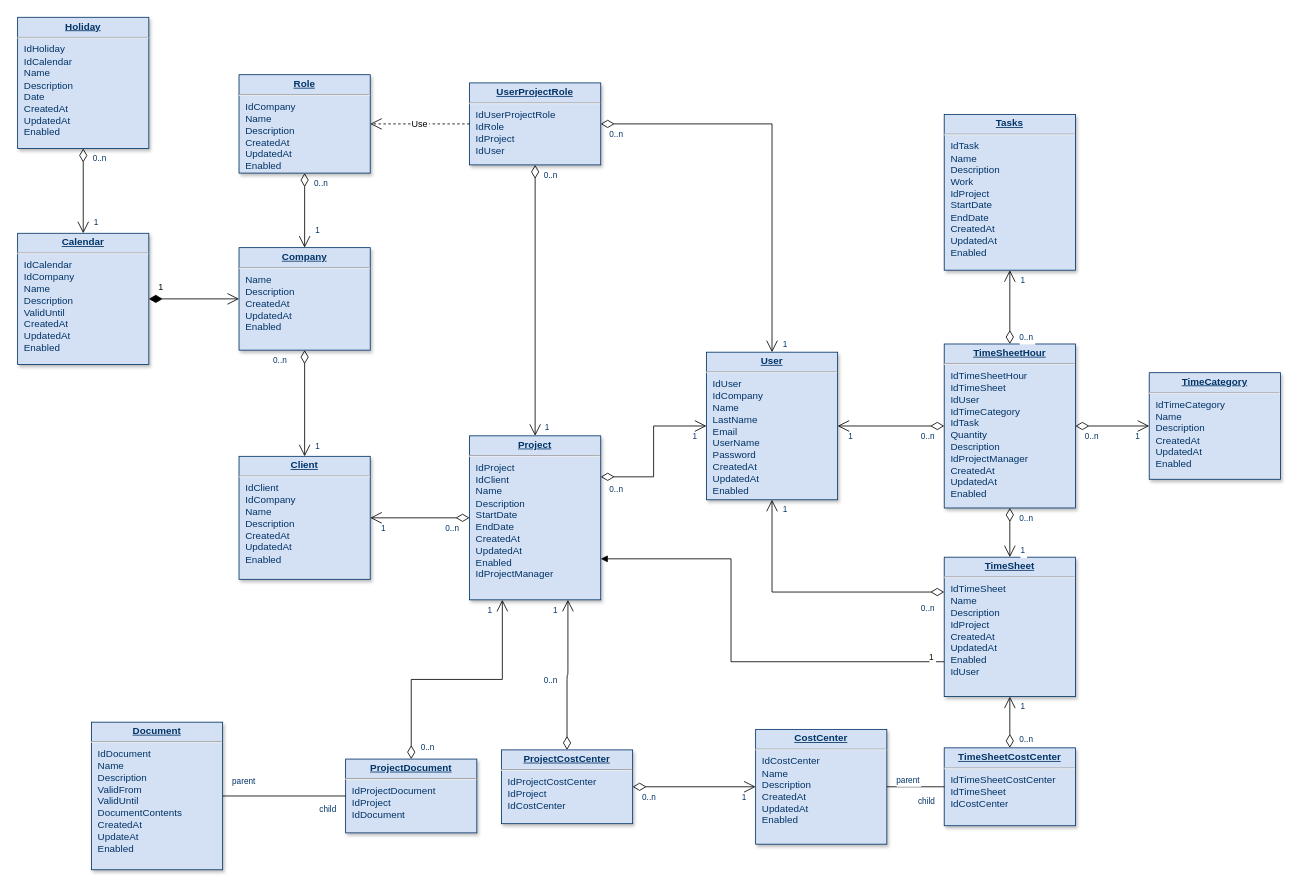
This is Диаграмма без названия.drawio from hikehikehike/transfer_service, a draw.io file, before an edit. Source tidied: cells renumbered, new cells numbered last; positions are measured from the earlier drawing's top-left corner, leaving out a move shared by most shapes. Both pictures are drawn from the tidied source at 82%, with x=0, y=0 at pixel (17, 17).
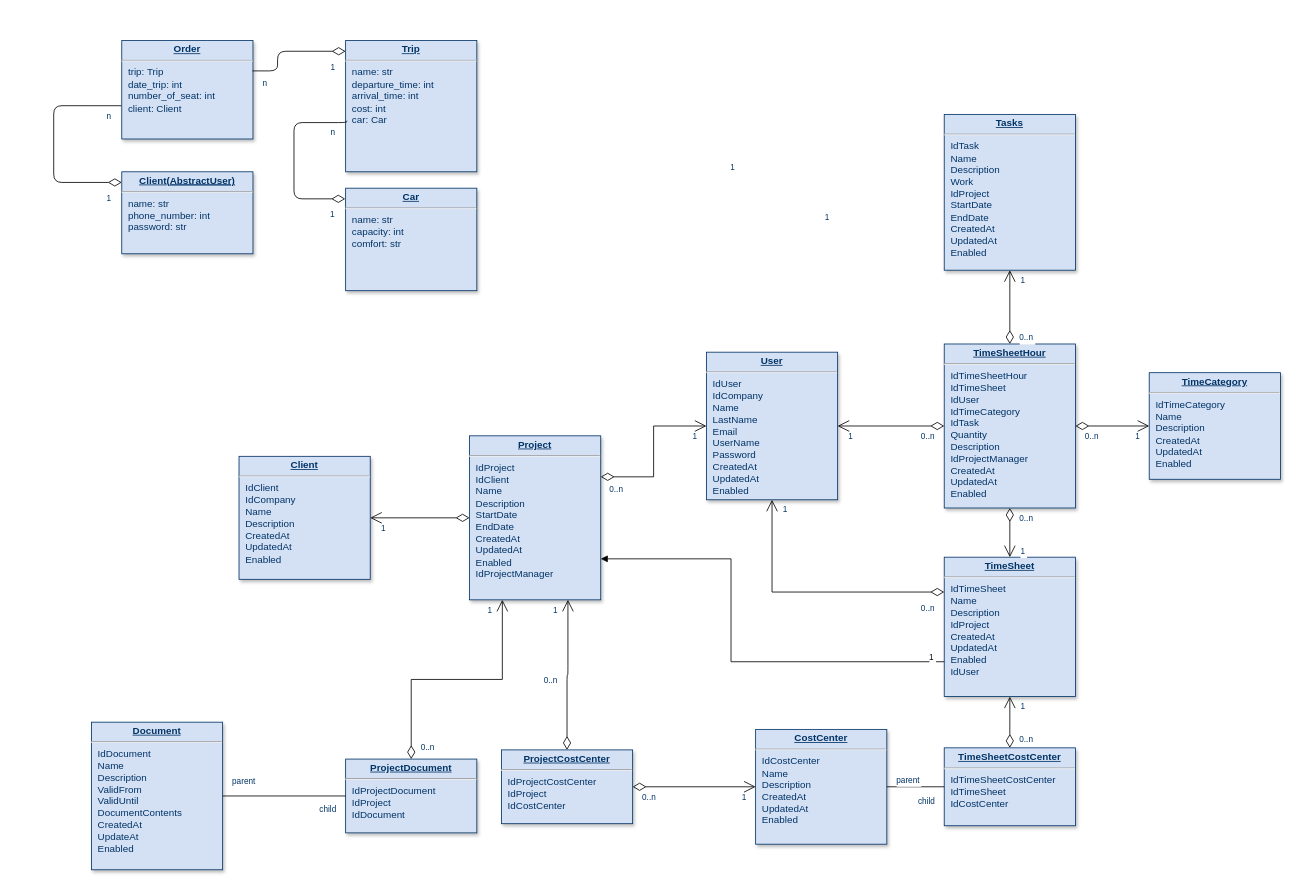
The same page after the edit.

Unchanged cells that the change refers to:
```xml
<mxCell id="5" value="&lt;p style=&quot;margin: 0px; margin-top: 4px; text-align: center; text-decoration: underline;&quot;&gt;&lt;strong&gt;User&lt;/strong&gt;&lt;/p&gt;&lt;hr /&gt;&lt;p style=&quot;margin: 0px; margin-left: 8px;&quot;&gt;IdUser&lt;/p&gt;&lt;p style=&quot;margin: 0px; margin-left: 8px;&quot;&gt;IdCompany&lt;/p&gt;&lt;p style=&quot;margin: 0px; margin-left: 8px;&quot;&gt;Name&lt;/p&gt;&lt;p style=&quot;margin: 0px; margin-left: 8px;&quot;&gt;LastName&lt;/p&gt;&lt;p style=&quot;margin: 0px; margin-left: 8px;&quot;&gt;Email&lt;/p&gt;&lt;p style=&quot;margin: 0px; margin-left: 8px;&quot;&gt;UserName&lt;/p&gt;&lt;p style=&quot;margin: 0px; margin-left: 8px;&quot;&gt;Password&lt;/p&gt;&lt;p style=&quot;margin: 0px; margin-left: 8px;&quot;&gt;CreatedAt&lt;/p&gt;&lt;p style=&quot;margin: 0px; margin-left: 8px;&quot;&gt;UpdatedAt&lt;/p&gt;&lt;p style=&quot;margin: 0px; margin-left: 8px;&quot;&gt;Enabled&lt;/p&gt;" style="verticalAlign=top;align=left;overflow=fill;fontSize=12;fontFamily=Helvetica;html=1;strokeColor=#003366;shadow=1;fillColor=#D4E1F5;fontColor=#003366;" parent="1" vertex="1">
  <mxGeometry x="840" y="408" width="160" height="180" as="geometry" />
</mxCell>
<mxCell id="7" value="&lt;p style=&quot;margin: 0px; margin-top: 4px; text-align: center; text-decoration: underline;&quot;&gt;&lt;strong&gt;Client&lt;/strong&gt;&lt;/p&gt;&lt;hr /&gt;&lt;p style=&quot;margin: 0px; margin-left: 8px;&quot;&gt;IdClient&lt;/p&gt;&lt;p style=&quot;margin: 0px; margin-left: 8px;&quot;&gt;IdCompany&lt;/p&gt;&lt;p style=&quot;margin: 0px; margin-left: 8px;&quot;&gt;Name&lt;/p&gt;&lt;p style=&quot;margin: 0px; margin-left: 8px;&quot;&gt;Description&lt;/p&gt;&lt;p style=&quot;margin: 0px; margin-left: 8px;&quot;&gt;CreatedAt&lt;/p&gt;&lt;p style=&quot;margin: 0px; margin-left: 8px;&quot;&gt;UpdatedAt&lt;/p&gt;&lt;p style=&quot;margin: 0px; margin-left: 8px;&quot;&gt;Enabled&lt;/p&gt;" style="verticalAlign=top;align=left;overflow=fill;fontSize=12;fontFamily=Helvetica;html=1;strokeColor=#003366;shadow=1;fillColor=#D4E1F5;fontColor=#003366;" parent="1" vertex="1">
  <mxGeometry x="270" y="535" width="160" height="150" as="geometry" />
</mxCell>
<mxCell id="12" value="&lt;p style=&quot;margin: 0px; margin-top: 4px; text-align: center; text-decoration: underline;&quot;&gt;&lt;strong&gt;Project&lt;/strong&gt;&lt;/p&gt;&lt;hr /&gt;&lt;p style=&quot;margin: 0px; margin-left: 8px;&quot;&gt;IdProject&lt;/p&gt;&lt;p style=&quot;margin: 0px; margin-left: 8px;&quot;&gt;IdClient&lt;/p&gt;&lt;p style=&quot;margin: 0px; margin-left: 8px;&quot;&gt;Name&lt;/p&gt;&lt;p style=&quot;margin: 0px; margin-left: 8px;&quot;&gt;Description&lt;/p&gt;&lt;p style=&quot;margin: 0px; margin-left: 8px;&quot;&gt;StartDate&lt;/p&gt;&lt;p style=&quot;margin: 0px; margin-left: 8px;&quot;&gt;EndDate&lt;/p&gt;&lt;p style=&quot;margin: 0px; margin-left: 8px;&quot;&gt;CreatedAt&lt;/p&gt;&lt;p style=&quot;margin: 0px; margin-left: 8px;&quot;&gt;UpdatedAt&lt;/p&gt;&lt;p style=&quot;margin: 0px; margin-left: 8px;&quot;&gt;Enabled&lt;br /&gt;IdProjectManager&lt;/p&gt;" style="verticalAlign=top;align=left;overflow=fill;fontSize=12;fontFamily=Helvetica;html=1;strokeColor=#003366;shadow=1;fillColor=#D4E1F5;fontColor=#003366;" parent="1" vertex="1">
  <mxGeometry x="551.1" y="510" width="160" height="200" as="geometry" />
</mxCell>
<mxCell id="64" style="endArrow=open;endSize=12;startArrow=diamondThin;startSize=14;startFill=0;edgeStyle=orthogonalEdgeStyle;" parent="1" edge="1" source="12" target="7">
  <mxGeometry x="369.4" y="360" as="geometry" />
</mxCell>
```

Change to the diagram source:
```diff
@@
-    <mxCell id="2" value="&lt;p style=&quot;margin: 0px; margin-top: 4px; text-align: center; text-decoration: underline;&quot;&gt;&lt;strong&gt;Role&lt;/strong&gt;&lt;/p&gt;&lt;hr /&gt;&lt;p style=&quot;margin: 0px; margin-left: 8px;&quot;&gt;IdCompany&lt;br /&gt;Name&lt;/p&gt;&lt;p style=&quot;margin: 0px; margin-left: 8px;&quot;&gt;Description&lt;/p&gt;&lt;p style=&quot;margin: 0px; margin-left: 8px;&quot;&gt;CreatedAt&lt;/p&gt;&lt;p style=&quot;margin: 0px; margin-left: 8px;&quot;&gt;UpdatedAt&lt;/p&gt;&lt;p style=&quot;margin: 0px; margin-left: 8px;&quot;&gt;Enabled&lt;/p&gt;" style="verticalAlign=top;align=left;overflow=fill;fontSize=12;fontFamily=Helvetica;html=1;strokeColor=#003366;shadow=1;fillColor=#D4E1F5;fontColor=#003366;" parent="1" vertex="1">
-      <mxGeometry x="270" y="69.6" width="160" height="120" as="geometry" />
+    <mxCell id="2" value="&lt;p style=&quot;margin: 0px; margin-top: 4px; text-align: center; text-decoration: underline;&quot;&gt;&lt;b&gt;Order&lt;/b&gt;&lt;/p&gt;&lt;hr&gt;&lt;p style=&quot;margin: 0px; margin-left: 8px;&quot;&gt;trip: Trip&lt;/p&gt;&lt;p style=&quot;margin: 0px; margin-left: 8px;&quot;&gt;date_trip: int&lt;/p&gt;&lt;p style=&quot;margin: 0px; margin-left: 8px;&quot;&gt;number_of_seat: int&lt;/p&gt;&lt;p style=&quot;margin: 0px; margin-left: 8px;&quot;&gt;client: Client&lt;/p&gt;" style="verticalAlign=top;align=left;overflow=fill;fontSize=12;fontFamily=Helvetica;html=1;strokeColor=#003366;shadow=1;fillColor=#D4E1F5;fontColor=#003366;" parent="1" vertex="1">
+      <mxGeometry x="127" y="28" width="160" height="120" as="geometry" />
     </mxCell>
-    <mxCell id="3" value="&lt;p style=&quot;margin: 0px; margin-top: 4px; text-align: center; text-decoration: underline;&quot;&gt;&lt;strong&gt;Company&lt;/strong&gt;&lt;/p&gt;&lt;hr /&gt;&lt;p style=&quot;margin: 0px; margin-left: 8px;&quot;&gt;Name&lt;/p&gt;&lt;p style=&quot;margin: 0px; margin-left: 8px;&quot;&gt;Description&lt;/p&gt;&lt;p style=&quot;margin: 0px; margin-left: 8px;&quot;&gt;CreatedAt&lt;/p&gt;&lt;p style=&quot;margin: 0px; margin-left: 8px;&quot;&gt;UpdatedAt&lt;/p&gt;&lt;p style=&quot;margin: 0px; margin-left: 8px;&quot;&gt;Enabled&lt;/p&gt;" style="verticalAlign=top;align=left;overflow=fill;fontSize=12;fontFamily=Helvetica;html=1;strokeColor=#003366;shadow=1;fillColor=#D4E1F5;fontColor=#003366;" parent="1" vertex="1">
-      <mxGeometry x="270" y="280.5" width="160" height="125" as="geometry" />
+    <mxCell id="3" value="&lt;p style=&quot;margin: 0px; margin-top: 4px; text-align: center; text-decoration: underline;&quot;&gt;&lt;b&gt;Car&lt;/b&gt;&lt;/p&gt;&lt;hr&gt;&lt;p style=&quot;margin: 0px; margin-left: 8px;&quot;&gt;name: str&lt;/p&gt;&lt;p style=&quot;margin: 0px; margin-left: 8px;&quot;&gt;capacity: int&lt;/p&gt;&lt;p style=&quot;margin: 0px; margin-left: 8px;&quot;&gt;comfort: str&lt;/p&gt;" style="verticalAlign=top;align=left;overflow=fill;fontSize=12;fontFamily=Helvetica;html=1;strokeColor=#003366;shadow=1;fillColor=#D4E1F5;fontColor=#003366;" parent="1" vertex="1">
+      <mxGeometry x="400" y="208" width="160" height="125" as="geometry" />
     </mxCell>
-    <mxCell id="4" value="&lt;p style=&quot;margin: 0px; margin-top: 4px; text-align: center; text-decoration: underline;&quot;&gt;&lt;strong&gt;Calendar&lt;/strong&gt;&lt;/p&gt;&lt;hr /&gt;&lt;p style=&quot;margin: 0px; margin-left: 8px;&quot;&gt;IdCalendar&lt;/p&gt;&lt;p style=&quot;margin: 0px; margin-left: 8px;&quot;&gt;IdCompany&lt;/p&gt;&lt;p style=&quot;margin: 0px; margin-left: 8px;&quot;&gt;Name&lt;/p&gt;&lt;p style=&quot;margin: 0px; margin-left: 8px;&quot;&gt;Description&lt;/p&gt;&lt;p style=&quot;margin: 0px; margin-left: 8px;&quot;&gt;ValidUntil&lt;/p&gt;&lt;p style=&quot;margin: 0px; margin-left: 8px;&quot;&gt;CreatedAt&lt;/p&gt;&lt;p style=&quot;margin: 0px; margin-left: 8px;&quot;&gt;UpdatedAt&lt;/p&gt;&lt;p style=&quot;margin: 0px; margin-left: 8px;&quot;&gt;Enabled&lt;/p&gt;" style="verticalAlign=top;align=left;overflow=fill;fontSize=12;fontFamily=Helvetica;html=1;strokeColor=#003366;shadow=1;fillColor=#D4E1F5;fontColor=#003366;" parent="1" vertex="1">
-      <mxGeometry y="263" width="160" height="160" as="geometry" />
+    <mxCell id="4" value="&lt;p style=&quot;margin: 0px; margin-top: 4px; text-align: center; text-decoration: underline;&quot;&gt;&lt;b&gt;Trip&lt;/b&gt;&lt;/p&gt;&lt;hr&gt;&lt;p style=&quot;margin: 0px; margin-left: 8px;&quot;&gt;name: str&lt;/p&gt;&lt;p style=&quot;margin: 0px; margin-left: 8px;&quot;&gt;departure_time: int&lt;/p&gt;&lt;p style=&quot;margin: 0px; margin-left: 8px;&quot;&gt;arrival_time: int&lt;/p&gt;&lt;p style=&quot;margin: 0px; margin-left: 8px;&quot;&gt;cost: int&lt;/p&gt;&lt;p style=&quot;margin: 0px; margin-left: 8px;&quot;&gt;car: Car&lt;/p&gt;" style="verticalAlign=top;align=left;overflow=fill;fontSize=12;fontFamily=Helvetica;html=1;strokeColor=#003366;shadow=1;fillColor=#D4E1F5;fontColor=#003366;" parent="1" vertex="1">
+      <mxGeometry x="400" y="28" width="160" height="160" as="geometry" />
     </mxCell>
@@
-    <mxCell id="6" value="&lt;p style=&quot;margin: 0px; margin-top: 4px; text-align: center; text-decoration: underline;&quot;&gt;&lt;strong&gt;UserProjectRole&lt;/strong&gt;&lt;/p&gt;&lt;hr /&gt;&lt;p style=&quot;margin: 0px; margin-left: 8px;&quot;&gt;IdUserProjectRole&lt;/p&gt;&lt;p style=&quot;margin: 0px; margin-left: 8px;&quot;&gt;IdRole&lt;/p&gt;&lt;p style=&quot;margin: 0px; margin-left: 8px;&quot;&gt;IdProject&lt;/p&gt;&lt;p style=&quot;margin: 0px; margin-left: 8px;&quot;&gt;IdUser&lt;/p&gt;" style="verticalAlign=top;align=left;overflow=fill;fontSize=12;fontFamily=Helvetica;html=1;strokeColor=#003366;shadow=1;fillColor=#D4E1F5;fontColor=#003366;" parent="1" vertex="1">
-      <mxGeometry x="551.1" y="79.6" width="160" height="100" as="geometry" />
+    <mxCell id="6" value="&lt;p style=&quot;margin: 0px; margin-top: 4px; text-align: center; text-decoration: underline;&quot;&gt;&lt;strong&gt;Client(&lt;/strong&gt;&lt;b style=&quot;background-color: initial;&quot;&gt;&lt;u&gt;AbstractUser)&lt;/u&gt;&lt;/b&gt;&lt;br&gt;&lt;/p&gt;&lt;hr&gt;&lt;p style=&quot;margin: 0px 0px 0px 8px;&quot;&gt;name: str&lt;/p&gt;&lt;p style=&quot;margin: 0px 0px 0px 8px;&quot;&gt;phone_number: int&lt;/p&gt;&lt;p style=&quot;margin: 0px 0px 0px 8px;&quot;&gt;password: str&lt;/p&gt;" style="verticalAlign=top;align=left;overflow=fill;fontSize=12;fontFamily=Helvetica;html=1;strokeColor=#003366;shadow=1;fillColor=#D4E1F5;fontColor=#003366;" parent="1" vertex="1">
+      <mxGeometry x="127" y="188" width="160" height="100" as="geometry" />
     </mxCell>
@@
-    <mxCell id="8" value="&lt;p style=&quot;margin: 0px; margin-top: 4px; text-align: center; text-decoration: underline;&quot;&gt;&lt;strong&gt;Holiday&lt;/strong&gt;&lt;/p&gt;&lt;hr /&gt;&lt;p style=&quot;margin: 0px; margin-left: 8px;&quot;&gt;IdHoliday&lt;/p&gt;&lt;p style=&quot;margin: 0px; margin-left: 8px;&quot;&gt;IdCalendar&lt;/p&gt;&lt;p style=&quot;margin: 0px; margin-left: 8px;&quot;&gt;Name&lt;/p&gt;&lt;p style=&quot;margin: 0px; margin-left: 8px;&quot;&gt;Description&lt;/p&gt;&lt;p style=&quot;margin: 0px; margin-left: 8px;&quot;&gt;Date&lt;/p&gt;&lt;p style=&quot;margin: 0px; margin-left: 8px;&quot;&gt;CreatedAt&lt;/p&gt;&lt;p style=&quot;margin: 0px; margin-left: 8px;&quot;&gt;UpdatedAt&lt;/p&gt;&lt;p style=&quot;margin: 0px; margin-left: 8px;&quot;&gt;Enabled&lt;/p&gt;" style="verticalAlign=top;align=left;overflow=fill;fontSize=12;fontFamily=Helvetica;html=1;strokeColor=#003366;shadow=1;fillColor=#D4E1F5;fontColor=#003366;" parent="1" vertex="1">
-      <mxGeometry y="-0.4" width="160" height="160" as="geometry" />
-    </mxCell>
@@
-    <mxCell id="19" style="endArrow=open;endSize=12;startArrow=diamondThin;startSize=14;startFill=0;edgeStyle=orthogonalEdgeStyle;" parent="1" edge="1" source="2" target="3">
-      <mxGeometry y="160" as="geometry" />
+    <mxCell id="19" style="endArrow=none;endSize=12;startArrow=diamondThin;startSize=14;startFill=0;edgeStyle=orthogonalEdgeStyle;endFill=0;entryX=0.996;entryY=0.308;entryDx=0;entryDy=0;entryPerimeter=0;" parent="1" edge="1" source="4" target="2">
+      <mxGeometry x="107" y="160" as="geometry">
+        <Array as="points">
+          <mxPoint x="317" y="41" />
+          <mxPoint x="317" y="65" />
+        </Array>
+      </mxGeometry>
     </mxCell>
-    <mxCell id="20" value="0..n" style="align=left;verticalAlign=top;labelBackgroundColor=#ffffff;fontSize=10;strokeColor=#003366;shadow=1;fillColor=#D4E1F5;fontColor=#003366;" parent="19" vertex="1">
+    <mxCell id="20" value="1" style="align=left;verticalAlign=top;labelBackgroundColor=#ffffff;fontSize=10;strokeColor=#003366;shadow=1;fillColor=#D4E1F5;fontColor=#003366;" parent="19" vertex="1">
       <mxGeometry x="-1" relative="1" as="geometry">
-        <mxPoint x="10" as="offset" />
+        <mxPoint x="-20" y="7" as="offset" />
       </mxGeometry>
     </mxCell>
@@
-    <mxCell id="22" style="endArrow=open;endSize=12;startArrow=diamondThin;startSize=14;startFill=0;edgeStyle=orthogonalEdgeStyle;rounded=0;" parent="1" edge="1" source="6" target="5">
-      <mxGeometry x="519.4" y="180" as="geometry" />
-    </mxCell>
-    <mxCell id="23" value="0..n" style="align=left;verticalAlign=top;labelBackgroundColor=#ffffff;fontSize=10;strokeColor=#003366;shadow=1;fillColor=#D4E1F5;fontColor=#003366;" parent="22" vertex="1">
-      <mxGeometry x="-1" relative="1" as="geometry">
-        <mxPoint x="8.9" as="offset" />
-      </mxGeometry>
-    </mxCell>
-    <mxCell id="24" value="1" style="align=right;verticalAlign=top;labelBackgroundColor=#ffffff;fontSize=10;strokeColor=#003366;shadow=1;fillColor=#D4E1F5;fontColor=#003366;" parent="22" vertex="1">
-      <mxGeometry x="1" relative="1" as="geometry">
-        <mxPoint x="-550" y="-160" as="offset" />
-      </mxGeometry>
-    </mxCell>
@@
-    <mxCell id="28" style="endArrow=open;endSize=12;startArrow=diamondThin;startSize=14;startFill=0;edgeStyle=orthogonalEdgeStyle;" parent="1" edge="1" source="6" target="12">
-      <mxGeometry x="389.4" y="350" as="geometry" />
-    </mxCell>
-    <mxCell id="29" value="0..n" style="align=left;verticalAlign=top;labelBackgroundColor=#ffffff;fontSize=10;strokeColor=#003366;shadow=1;fillColor=#D4E1F5;fontColor=#003366;" parent="28" vertex="1">
-      <mxGeometry x="-1" relative="1" as="geometry">
-        <mxPoint x="8.9" as="offset" />
-      </mxGeometry>
-    </mxCell>
-    <mxCell id="30" value="1" style="align=right;verticalAlign=top;labelBackgroundColor=#ffffff;fontSize=10;strokeColor=#003366;shadow=1;fillColor=#D4E1F5;fontColor=#003366;" parent="28" vertex="1">
-      <mxGeometry x="1" relative="1" as="geometry">
-        <mxPoint x="18.9" y="-22" as="offset" />
-      </mxGeometry>
-    </mxCell>
@@
-    <mxCell id="58" style="endArrow=open;endSize=12;startArrow=diamondThin;startSize=14;startFill=0;edgeStyle=orthogonalEdgeStyle;" parent="1" edge="1" source="3" target="7">
-      <mxGeometry x="519.4" y="200" as="geometry" />
-    </mxCell>
-    <mxCell id="59" value="0..n" style="align=left;verticalAlign=top;labelBackgroundColor=#ffffff;fontSize=10;strokeColor=#003366;shadow=1;fillColor=#D4E1F5;fontColor=#003366;" parent="58" vertex="1">
-      <mxGeometry x="-1" relative="1" as="geometry">
-        <mxPoint x="-40" as="offset" />
-      </mxGeometry>
-    </mxCell>
-    <mxCell id="60" value="1" style="align=right;verticalAlign=top;labelBackgroundColor=#ffffff;fontSize=10;strokeColor=#003366;shadow=1;fillColor=#D4E1F5;fontColor=#003366;" parent="58" vertex="1">
-      <mxGeometry x="1" relative="1" as="geometry">
-        <mxPoint x="20" y="-25" as="offset" />
-      </mxGeometry>
-    </mxCell>
-    <mxCell id="61" style="endArrow=open;endSize=12;startArrow=diamondThin;startSize=14;startFill=0;edgeStyle=orthogonalEdgeStyle;" parent="1" edge="1" source="8" target="4">
-      <mxGeometry x="620" y="340" as="geometry" />
-    </mxCell>
-    <mxCell id="62" value="0..n" style="align=left;verticalAlign=top;labelBackgroundColor=#ffffff;fontSize=10;strokeColor=#003366;shadow=1;fillColor=#D4E1F5;fontColor=#003366;" parent="61" vertex="1">
-      <mxGeometry x="-1" relative="1" as="geometry">
-        <mxPoint x="10" as="offset" />
-      </mxGeometry>
-    </mxCell>
-    <mxCell id="63" value="1" style="align=right;verticalAlign=top;labelBackgroundColor=#ffffff;fontSize=10;strokeColor=#003366;shadow=1;fillColor=#D4E1F5;fontColor=#003366;" parent="61" vertex="1">
-      <mxGeometry x="1" relative="1" as="geometry">
-        <mxPoint x="20" y="-25" as="offset" />
-      </mxGeometry>
-    </mxCell>
@@
-    <mxCell id="65" value="0..n" style="align=left;verticalAlign=top;labelBackgroundColor=#ffffff;fontSize=10;strokeColor=#003366;shadow=1;fillColor=#D4E1F5;fontColor=#003366;" parent="64" vertex="1">
+    <mxCell id="65" value="n" style="align=left;verticalAlign=top;labelBackgroundColor=#ffffff;fontSize=10;strokeColor=#003366;shadow=1;fillColor=#D4E1F5;fontColor=#003366;" parent="64" vertex="1">
       <mxGeometry x="-1" relative="1" as="geometry">
-        <mxPoint x="-31.1" as="offset" />
+        <mxPoint x="-254" y="-542" as="offset" />
       </mxGeometry>
     </mxCell>
@@
-    <mxCell id="67" value="Use" style="endArrow=open;endSize=12;dashed=1;" parent="1" edge="1" source="6" target="2">
-      <mxGeometry x="430" y="50" as="geometry" />
-    </mxCell>
-    <mxCell id="68" value="1" style="endArrow=open;endSize=12;startArrow=diamondThin;startSize=14;startFill=1;edgeStyle=orthogonalEdgeStyle;align=left;verticalAlign=bottom;" parent="1" edge="1" source="4" target="3">
-      <mxGeometry x="-0.82" y="5" relative="1" as="geometry" />
-    </mxCell>
@@
+    <mxCell id="67" style="endArrow=none;endSize=12;startArrow=diamondThin;startSize=14;startFill=0;edgeStyle=orthogonalEdgeStyle;endFill=0;entryX=-0.003;entryY=0.662;entryDx=0;entryDy=0;entryPerimeter=0;" parent="1" edge="1" source="6" target="2">
+      <mxGeometry x="-166" y="320" as="geometry">
+        <Array as="points">
+          <mxPoint x="44" y="201" />
+          <mxPoint x="44" y="107" />
+          <mxPoint x="127" y="107" />
+        </Array>
+      </mxGeometry>
+    </mxCell>
+    <mxCell id="77" value="1" style="align=left;verticalAlign=top;labelBackgroundColor=#ffffff;fontSize=10;strokeColor=#003366;shadow=1;fillColor=#D4E1F5;fontColor=#003366;" parent="67" vertex="1">
+      <mxGeometry x="-1" relative="1" as="geometry">
+        <mxPoint x="-20" y="7" as="offset" />
+      </mxGeometry>
+    </mxCell>
+    <mxCell id="78" value="n" style="align=left;verticalAlign=top;labelBackgroundColor=#ffffff;fontSize=10;strokeColor=#003366;shadow=1;fillColor=#D4E1F5;fontColor=#003366;" parent="1" vertex="1">
+      <mxGeometry x="107" y="108" as="geometry" />
+    </mxCell>
+    <mxCell id="79" style="endArrow=none;endSize=12;startArrow=diamondThin;startSize=14;startFill=0;edgeStyle=orthogonalEdgeStyle;endFill=0;exitX=-0.003;exitY=0.104;exitDx=0;exitDy=0;exitPerimeter=0;entryX=0.009;entryY=0.611;entryDx=0;entryDy=0;entryPerimeter=0;" parent="1" edge="1" source="3" target="4">
+      <mxGeometry x="237.6" y="233" as="geometry">
+        <Array as="points">
+          <mxPoint x="337" y="221" />
+          <mxPoint x="337" y="128" />
+          <mxPoint x="401" y="128" />
+        </Array>
+      </mxGeometry>
+    </mxCell>
+    <mxCell id="80" value="1" style="align=left;verticalAlign=top;labelBackgroundColor=#ffffff;fontSize=10;strokeColor=#003366;shadow=1;fillColor=#D4E1F5;fontColor=#003366;" parent="79" vertex="1">
+      <mxGeometry x="-1" relative="1" as="geometry">
+        <mxPoint x="-20" y="7" as="offset" />
+      </mxGeometry>
+    </mxCell>
+    <mxCell id="81" value="1" style="align=right;verticalAlign=top;labelBackgroundColor=#ffffff;fontSize=10;strokeColor=#003366;shadow=1;fillColor=#D4E1F5;fontColor=#003366;" parent="79" vertex="1">
+      <mxGeometry x="1" relative="1" as="geometry">
+        <mxPoint x="590" y="105" as="offset" />
+      </mxGeometry>
+    </mxCell>
+    <mxCell id="82" value="n" style="align=left;verticalAlign=top;labelBackgroundColor=#ffffff;fontSize=10;strokeColor=#003366;shadow=1;fillColor=#D4E1F5;fontColor=#003366;" parent="1" vertex="1">
+      <mxGeometry x="380" y="128" as="geometry" />
+    </mxCell>
```
